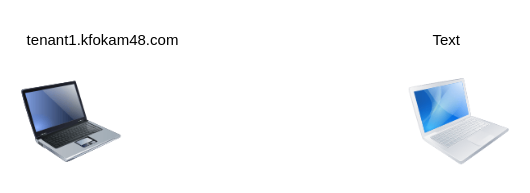
sngdtechnologies/Calculatrice keeps this draw.io diagram as Diagramme sans nom.drawio. Above is the earlier version. Source tidied: cells renumbered, new cells numbered last; positions are measured from the earlier drawing's top-left corner, leaving out a move shared by most shapes. Both pictures are drawn from the tidied source at 125%, with x=0, y=0 at pixel (21, 21).
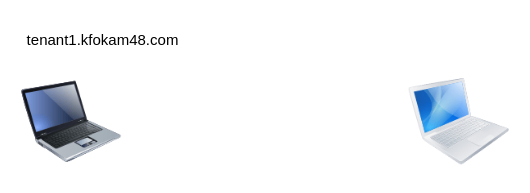
After the change.

Commit message (it also covers changes not shown here):
Mettre à jour Diagramme sans nom.drawio

Change to the diagram source:
```diff
@@
 <mxGraphModel>
   <root>
     <mxCell id="0" />
     <mxCell id="1" parent="0" />
     <mxCell id="2" style="image;html=1;image=img/lib/clip_art/computers/Laptop_128x128.png;" parent="1" vertex="1">
       <mxGeometry y="40" width="80" height="80" as="geometry" />
     </mxCell>
     <mxCell id="3" style="image;html=1;image=img/lib/clip_art/computers/MacBook_128x128.png;" parent="1" vertex="1">
       <mxGeometry x="310" y="40" width="80" height="80" as="geometry" />
     </mxCell>
     <mxCell id="4" value="tenant1.kfokam48.com" style="text;html=1;align=center;verticalAlign=middle;whiteSpace=wrap;rounded=0;" parent="1" vertex="1">
       <mxGeometry width="130" height="30" as="geometry" />
     </mxCell>
-    <mxCell id="5" value="Text" style="text;html=1;align=center;verticalAlign=middle;whiteSpace=wrap;rounded=0;" parent="1" vertex="1">
-      <mxGeometry x="310" width="60" height="30" as="geometry" />
-    </mxCell>
   </root>
 </mxGraphModel>
```
